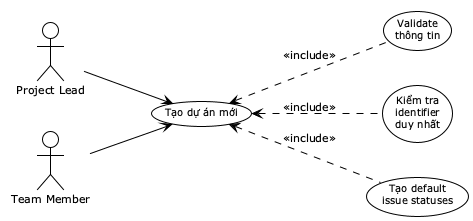
toantran292/datn keeps this PlantUML diagram as reports/dat-examples/report/images/uc01_1_create_project.png. Above is the earlier version.
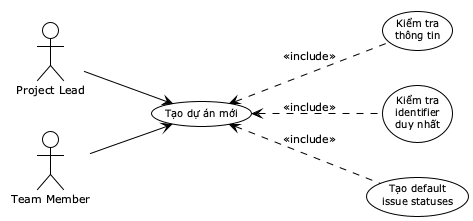
After the commit.

The edit, as a diff of the source:
```diff
@@ -9,7 +9,7 @@
 actor "Team Member" as TM
 
 usecase "Tạo dự án mới" as UC_Create
-usecase "Validate\nthông tin" as UC_Validate
+usecase "Kiểm tra\nthông tin" as UC_Validate
 usecase "Kiểm tra\nidentifier\nduy nhất" as UC_CheckID
 usecase "Tạo default\nissue statuses" as UC_CreateStatuses
 
```
